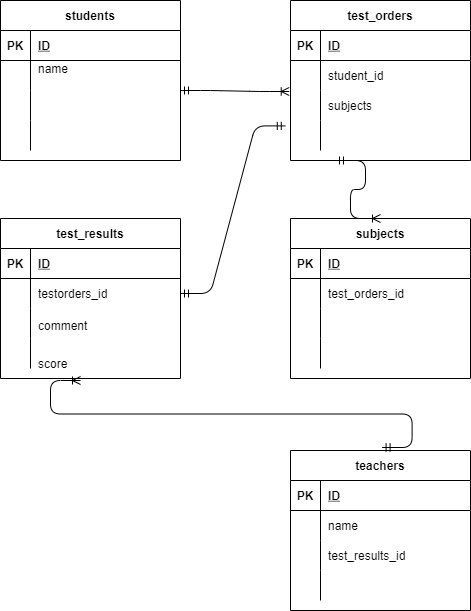
Before: 20220205_asakawa/index.drawio.png, a diagram exported from draw.io (nanakoasakawa/20220205DB). Source tidied: cells renumbered, new cells last; positions are measured from the earlier drawing's top-left corner, leaving out a move shared by most shapes.
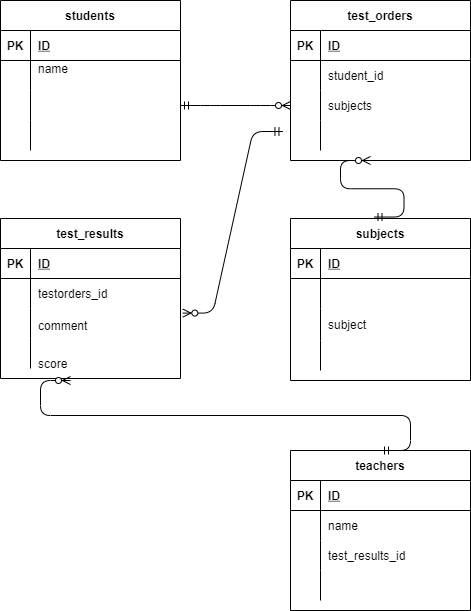
Later version of the same file.

Change to the diagram source:
```diff
@@ -2,9 +2,6 @@
   <root>
     <mxCell id="0" />
     <mxCell id="1" parent="0" />
-    <mxCell id="2" style="shape=partialRectangle;html=1;whiteSpace=wrap;fillColor=none;top=0;left=0;bottom=0;right=0;align=left;spacingLeft=6;overflow=hidden;strokeColor=#F0F0F0;perimeterSpacing=1;" parent="1" vertex="1">
-      <mxGeometry x="60" y="160" width="140" height="30" as="geometry" />
-    </mxCell>
     <mxCell id="3" value="students" style="shape=table;startSize=30;rowLines=0;fontStyle=1;align=center;strokeColor=default;" parent="1" vertex="1">
       <mxGeometry width="180" height="160" as="geometry" />
     </mxCell>
@@ -123,7 +120,7 @@
       <mxGeometry x="30" width="150" height="30" as="geometry" />
     </mxCell>
     <mxCell id="42" value="subjects" style="shape=table;startSize=30;rowLines=0;fontStyle=1;align=center;strokeColor=default;" parent="1" vertex="1">
-      <mxGeometry x="290" y="218" width="180" height="160" as="geometry" />
+      <mxGeometry x="290" y="218" width="180" height="162" as="geometry" />
     </mxCell>
     <mxCell id="43" style="shape=partialRectangle;fillColor=none;top=0;left=0;bottom=1;right=0;strokeColor=default;" parent="42" vertex="1">
       <mxGeometry y="30" width="180" height="30" as="geometry" />
@@ -140,11 +137,20 @@
     <mxCell id="47" style="shape=partialRectangle;fillColor=none;top=0;left=0;bottom=0;right=0;overflow=hidden;strokeColor=default;" parent="46" vertex="1">
       <mxGeometry width="30" height="30" as="geometry" />
     </mxCell>
-    <mxCell id="48" value="test_orders_id" style="shape=partialRectangle;fillColor=none;top=0;left=0;bottom=0;right=0;align=left;spacingLeft=6;overflow=hidden;strokeColor=default;" parent="46" vertex="1">
+    <mxCell id="48" style="shape=partialRectangle;fillColor=none;top=0;left=0;bottom=0;right=0;align=left;spacingLeft=6;overflow=hidden;strokeColor=default;" parent="46" vertex="1">
       <mxGeometry x="30" width="150" height="30" as="geometry" />
     </mxCell>
+    <mxCell id="52" style="shape=partialRectangle;fillColor=none;top=0;left=0;bottom=0;right=0;strokeColor=default;" parent="42" vertex="1">
+      <mxGeometry y="90" width="180" height="32" as="geometry" />
+    </mxCell>
+    <mxCell id="53" style="shape=partialRectangle;fillColor=none;top=0;left=0;bottom=0;right=0;overflow=hidden;strokeColor=default;" parent="52" vertex="1">
+      <mxGeometry width="30" height="32" as="geometry" />
+    </mxCell>
+    <mxCell id="54" value="subject" style="shape=partialRectangle;fillColor=none;top=0;left=0;bottom=0;right=0;align=left;spacingLeft=6;overflow=hidden;strokeColor=default;" parent="52" vertex="1">
+      <mxGeometry x="30" width="150" height="32" as="geometry" />
+    </mxCell>
     <mxCell id="49" style="shape=partialRectangle;fillColor=none;top=0;left=0;bottom=0;right=0;strokeColor=default;" parent="42" vertex="1">
-      <mxGeometry y="90" width="180" height="30" as="geometry" />
+      <mxGeometry y="122" width="180" height="30" as="geometry" />
     </mxCell>
     <mxCell id="50" style="shape=partialRectangle;fillColor=none;top=0;left=0;bottom=0;right=0;overflow=hidden;strokeColor=default;" parent="49" vertex="1">
       <mxGeometry width="30" height="30" as="geometry" />
@@ -152,29 +158,6 @@
     <mxCell id="51" style="shape=partialRectangle;fillColor=none;top=0;left=0;bottom=0;right=0;align=left;spacingLeft=6;overflow=hidden;strokeColor=default;" parent="49" vertex="1">
       <mxGeometry x="30" width="150" height="30" as="geometry" />
     </mxCell>
-    <mxCell id="52" style="shape=partialRectangle;fillColor=none;top=0;left=0;bottom=0;right=0;strokeColor=default;" parent="42" vertex="1">
-      <mxGeometry y="120" width="180" height="30" as="geometry" />
-    </mxCell>
-    <mxCell id="53" style="shape=partialRectangle;fillColor=none;top=0;left=0;bottom=0;right=0;overflow=hidden;strokeColor=default;" parent="52" vertex="1">
-      <mxGeometry width="30" height="30" as="geometry" />
-    </mxCell>
-    <mxCell id="54" style="shape=partialRectangle;fillColor=none;top=0;left=0;bottom=0;right=0;align=left;spacingLeft=6;overflow=hidden;strokeColor=default;" parent="52" vertex="1">
-      <mxGeometry x="30" width="150" height="30" as="geometry" />
-    </mxCell>
-    <mxCell id="55" style="edgeStyle=entityRelationEdgeStyle;fontSize=12;html=1;endArrow=ERoneToMany;startArrow=ERmandOne;entryX=-0.007;entryY=1.033;entryDx=0;entryDy=0;entryPerimeter=0;" parent="1" edge="1" target="20">
-      <mxGeometry relative="1" as="geometry">
-        <mxPoint x="180" y="90" as="sourcePoint" />
-      </mxGeometry>
-    </mxCell>
-    <mxCell id="56" style="edgeStyle=entityRelationEdgeStyle;fontSize=12;html=1;endArrow=ERoneToMany;startArrow=ERmandOne;" parent="1" edge="1">
-      <mxGeometry relative="1" as="geometry">
-        <mxPoint x="381.6" y="447" as="sourcePoint" />
-        <mxPoint x="80" y="380" as="targetPoint" />
-      </mxGeometry>
-    </mxCell>
-    <mxCell id="57" style="edgeStyle=entityRelationEdgeStyle;fontSize=12;html=1;endArrow=ERoneToMany;startArrow=ERmandOne;entryX=0.5;entryY=0;entryDx=0;entryDy=0;exitX=0.25;exitY=1;exitDx=0;exitDy=0;" parent="1" edge="1" source="16" target="42">
-      <mxGeometry relative="1" as="geometry" />
-    </mxCell>
     <mxCell id="58" value="comment" style="shape=partialRectangle;fillColor=none;top=0;left=0;bottom=0;right=0;align=left;spacingLeft=6;overflow=hidden;strokeColor=default;" parent="1" vertex="1">
       <mxGeometry x="30" y="310" width="150" height="30" as="geometry" />
     </mxCell>
@@ -223,8 +206,21 @@
     <mxCell id="73" value="score" style="shape=partialRectangle;fillColor=none;top=0;left=0;bottom=0;right=0;align=left;spacingLeft=6;overflow=hidden;strokeColor=default;" parent="1" vertex="1">
       <mxGeometry x="30" y="348" width="150" height="30" as="geometry" />
     </mxCell>
-    <mxCell id="74" style="edgeStyle=entityRelationEdgeStyle;fontSize=12;html=1;endArrow=ERmandOne;startArrow=ERmandOne;exitX=1;exitY=0.5;exitDx=0;exitDy=0;entryX=-0.029;entryY=0.18;entryDx=0;entryDy=0;entryPerimeter=0;" parent="1" edge="1" source="63" target="26">
-      <mxGeometry relative="1" as="geometry" />
-    </mxCell>
+    <mxCell id="75" style="edgeStyle=entityRelationEdgeStyle;fontSize=12;html=1;endArrow=ERzeroToMany;startArrow=ERmandOne;exitX=0.464;exitY=-0.009;exitDx=0;exitDy=0;exitPerimeter=0;" parent="1" edge="1" source="42">
+      <mxGeometry relative="1" as="geometry">
+        <mxPoint x="370" y="160" as="targetPoint" />
+      </mxGeometry>
+    </mxCell>
+    <mxCell id="76" style="edgeStyle=entityRelationEdgeStyle;fontSize=12;html=1;endArrow=ERzeroToMany;startArrow=ERmandOne;exitX=1;exitY=0.5;exitDx=0;exitDy=0;entryX=0;entryY=0.5;entryDx=0;entryDy=0;" parent="1" edge="1" source="10" target="23">
+      <mxGeometry relative="1" as="geometry" />
+    </mxCell>
+    <mxCell id="77" style="edgeStyle=entityRelationEdgeStyle;fontSize=12;html=1;endArrow=ERzeroToMany;startArrow=ERmandOne;exitX=0.5;exitY=0;exitDx=0;exitDy=0;" parent="1" edge="1" source="29">
+      <mxGeometry relative="1" as="geometry">
+        <mxPoint x="70" y="380" as="targetPoint" />
+      </mxGeometry>
+    </mxCell>
+    <mxCell id="78" style="edgeStyle=entityRelationEdgeStyle;fontSize=12;html=1;endArrow=ERzeroToMany;startArrow=ERmandOne;exitX=-0.042;exitY=0.367;exitDx=0;exitDy=0;entryX=1.013;entryY=0.153;entryDx=0;entryDy=0;entryPerimeter=0;exitPerimeter=0;" parent="1" edge="1" source="26" target="66">
+      <mxGeometry relative="1" as="geometry" />
+    </mxCell>
   </root>
 </mxGraphModel>
```
